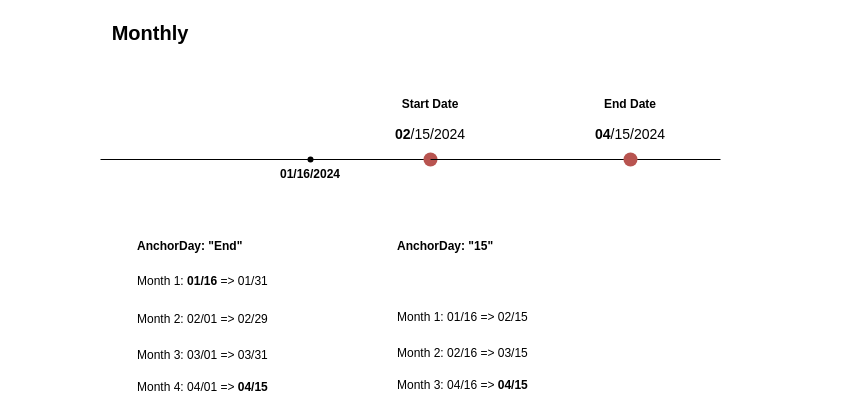
tommyspot/huynhquocthao keeps this draw.io diagram as Untitled Diagram.drawio. Above is the earlier version. Source tidied: cells renumbered, new cells numbered last; positions are measured from the earlier drawing's top-left corner, leaving out a move shared by most shapes. Both pictures are drawn from the tidied source at 100%, with x=0, y=0 at pixel (100, 17).
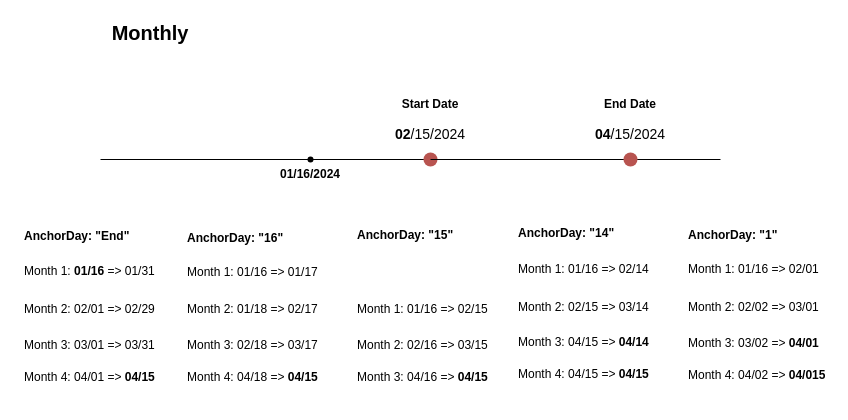
The same page after the edit.

Commit message:
Update Untitled Diagram 123.drawio

The edit, as a diff of the source:
```diff
@@
     <mxCell id="12" style="shape=table;startSize=0;childLayout=tableLayout;fontSize=11;fillColor=none;strokeColor=none;" parent="1" vertex="1">
-      <mxGeometry x="30" y="212" width="250" height="174" as="geometry" />
+      <mxGeometry x="-83" y="202" width="160" height="174" as="geometry" />
     </mxCell>
     <mxCell id="13" style="shape=tableRow;horizontal=0;startSize=0;swimlaneHead=0;swimlaneBody=0;strokeColor=inherit;top=0;left=0;bottom=0;right=0;fillColor=none;fontSize=16;" parent="12" vertex="1">
-      <mxGeometry width="250" height="33" as="geometry" />
+      <mxGeometry width="160" height="33" as="geometry" />
     </mxCell>
     <mxCell id="14" value="&lt;b&gt;AnchorDay: &quot;End&quot;&lt;/b&gt;" style="shape=partialRectangle;html=1;whiteSpace=wrap;strokeColor=inherit;overflow=hidden;fillColor=none;top=0;left=0;bottom=0;right=0;fontSize=12;align=left;spacingLeft=5;" parent="13" vertex="1">
-      <mxGeometry width="250" height="33" as="geometry" />
+      <mxGeometry width="160" height="33" as="geometry" />
     </mxCell>
     <mxCell id="15" style="shape=tableRow;horizontal=0;startSize=0;swimlaneHead=0;swimlaneBody=0;strokeColor=inherit;top=0;left=0;bottom=0;right=0;fillColor=none;fontSize=16;" parent="12" vertex="1">
-      <mxGeometry y="33" width="250" height="37" as="geometry" />
+      <mxGeometry y="33" width="160" height="37" as="geometry" />
     </mxCell>
     <mxCell id="16" value="Month 1:&lt;b&gt; 01/16&lt;/b&gt; =&amp;gt; 01/31" style="shape=partialRectangle;html=1;whiteSpace=wrap;strokeColor=inherit;overflow=hidden;fillColor=none;top=0;left=0;bottom=0;right=0;fontSize=12;align=left;spacingLeft=5;" parent="15" vertex="1">
-      <mxGeometry width="250" height="37" as="geometry" />
+      <mxGeometry width="160" height="37" as="geometry" />
     </mxCell>
     <mxCell id="17" style="shape=tableRow;horizontal=0;startSize=0;swimlaneHead=0;swimlaneBody=0;strokeColor=inherit;top=0;left=0;bottom=0;right=0;fillColor=none;fontSize=16;" parent="12" vertex="1">
-      <mxGeometry y="70" width="250" height="40" as="geometry" />
+      <mxGeometry y="70" width="160" height="40" as="geometry" />
     </mxCell>
     <mxCell id="18" value="Month 2: 02/01 =&amp;gt; 02/29" style="shape=partialRectangle;html=1;whiteSpace=wrap;strokeColor=inherit;overflow=hidden;fillColor=none;top=0;left=0;bottom=0;right=0;fontSize=12;align=left;spacingLeft=5;" parent="17" vertex="1">
-      <mxGeometry width="250" height="40" as="geometry" />
+      <mxGeometry width="160" height="40" as="geometry" />
     </mxCell>
     <mxCell id="19" style="shape=tableRow;horizontal=0;startSize=0;swimlaneHead=0;swimlaneBody=0;strokeColor=inherit;top=0;left=0;bottom=0;right=0;fillColor=none;fontSize=16;" parent="12" vertex="1">
-      <mxGeometry y="110" width="250" height="32" as="geometry" />
+      <mxGeometry y="110" width="160" height="32" as="geometry" />
     </mxCell>
     <mxCell id="20" value="Month 3: 03/01 =&amp;gt; 03/31" style="shape=partialRectangle;html=1;whiteSpace=wrap;strokeColor=inherit;overflow=hidden;fillColor=none;top=0;left=0;bottom=0;right=0;fontSize=12;align=left;spacingLeft=5;" parent="19" vertex="1">
-      <mxGeometry width="250" height="32" as="geometry" />
+      <mxGeometry width="160" height="32" as="geometry" />
     </mxCell>
     <mxCell id="21" style="shape=tableRow;horizontal=0;startSize=0;swimlaneHead=0;swimlaneBody=0;strokeColor=inherit;top=0;left=0;bottom=0;right=0;fillColor=none;fontSize=16;" parent="12" vertex="1">
-      <mxGeometry y="142" width="250" height="32" as="geometry" />
+      <mxGeometry y="142" width="160" height="32" as="geometry" />
     </mxCell>
     <mxCell id="22" value="Month 4: 04/01 =&amp;gt;&lt;b&gt; 04/15&lt;/b&gt;" style="shape=partialRectangle;html=1;whiteSpace=wrap;strokeColor=inherit;overflow=hidden;fillColor=none;top=0;left=0;bottom=0;right=0;fontSize=12;align=left;spacingLeft=5;" parent="21" vertex="1">
-      <mxGeometry width="250" height="32" as="geometry" />
+      <mxGeometry width="160" height="32" as="geometry" />
     </mxCell>
     <mxCell id="23" style="shape=table;startSize=0;childLayout=tableLayout;fontSize=11;fillColor=none;strokeColor=none;" parent="1" vertex="1">
-      <mxGeometry x="290" y="212" width="250" height="172" as="geometry" />
+      <mxGeometry x="80" y="204" width="161" height="172" as="geometry" />
     </mxCell>
     <mxCell id="24" style="shape=tableRow;horizontal=0;startSize=0;swimlaneHead=0;swimlaneBody=0;strokeColor=inherit;top=0;left=0;bottom=0;right=0;fillColor=none;fontSize=16;" parent="23" vertex="1">
-      <mxGeometry width="250" height="33" as="geometry" />
+      <mxGeometry width="161" height="33" as="geometry" />
     </mxCell>
-    <mxCell id="25" value="&lt;b&gt;AnchorDay: &quot;15&quot;&lt;/b&gt;" style="shape=partialRectangle;html=1;whiteSpace=wrap;strokeColor=inherit;overflow=hidden;fillColor=none;top=0;left=0;bottom=0;right=0;fontSize=12;align=left;spacingLeft=5;" parent="24" vertex="1">
-      <mxGeometry width="250" height="33" as="geometry" />
+    <mxCell id="25" value="&lt;b&gt;AnchorDay: &quot;16&quot;&lt;/b&gt;" style="shape=partialRectangle;html=1;whiteSpace=wrap;strokeColor=inherit;overflow=hidden;fillColor=none;top=0;left=0;bottom=0;right=0;fontSize=12;align=left;spacingLeft=5;" parent="24" vertex="1">
+      <mxGeometry width="161" height="33" as="geometry" />
     </mxCell>
     <mxCell id="26" style="shape=tableRow;horizontal=0;startSize=0;swimlaneHead=0;swimlaneBody=0;strokeColor=inherit;top=0;left=0;bottom=0;right=0;fillColor=none;fontSize=16;" parent="23" vertex="1">
-      <mxGeometry y="33" width="250" height="35" as="geometry" />
+      <mxGeometry y="33" width="161" height="35" as="geometry" />
     </mxCell>
-    <mxCell id="27" style="shape=partialRectangle;html=1;whiteSpace=wrap;strokeColor=inherit;overflow=hidden;fillColor=none;top=0;left=0;bottom=0;right=0;fontSize=12;align=left;spacingLeft=5;" parent="26" vertex="1">
-      <mxGeometry width="250" height="35" as="geometry" />
+    <mxCell id="27" value="Month 1: 01/16 =&amp;gt; 01/17" style="shape=partialRectangle;html=1;whiteSpace=wrap;strokeColor=inherit;overflow=hidden;fillColor=none;top=0;left=0;bottom=0;right=0;fontSize=12;align=left;spacingLeft=5;" parent="26" vertex="1">
+      <mxGeometry width="161" height="35" as="geometry" />
     </mxCell>
     <mxCell id="28" style="shape=tableRow;horizontal=0;startSize=0;swimlaneHead=0;swimlaneBody=0;strokeColor=inherit;top=0;left=0;bottom=0;right=0;fillColor=none;fontSize=16;" parent="23" vertex="1">
-      <mxGeometry y="68" width="250" height="40" as="geometry" />
+      <mxGeometry y="68" width="161" height="40" as="geometry" />
     </mxCell>
-    <mxCell id="29" value="Month 1: 01/16 =&amp;gt; 02/15" style="shape=partialRectangle;html=1;whiteSpace=wrap;strokeColor=inherit;overflow=hidden;fillColor=none;top=0;left=0;bottom=0;right=0;fontSize=12;align=left;spacingLeft=5;" parent="28" vertex="1">
-      <mxGeometry width="250" height="40" as="geometry" />
+    <mxCell id="29" value="Month 2: 01/18 =&amp;gt; 02/17" style="shape=partialRectangle;html=1;whiteSpace=wrap;strokeColor=inherit;overflow=hidden;fillColor=none;top=0;left=0;bottom=0;right=0;fontSize=12;align=left;spacingLeft=5;" parent="28" vertex="1">
+      <mxGeometry width="161" height="40" as="geometry" />
     </mxCell>
     <mxCell id="30" style="shape=tableRow;horizontal=0;startSize=0;swimlaneHead=0;swimlaneBody=0;strokeColor=inherit;top=0;left=0;bottom=0;right=0;fillColor=none;fontSize=16;" parent="23" vertex="1">
-      <mxGeometry y="108" width="250" height="32" as="geometry" />
+      <mxGeometry y="108" width="161" height="32" as="geometry" />
     </mxCell>
-    <mxCell id="31" value="Month 2: 02/16 =&amp;gt; 03/15" style="shape=partialRectangle;html=1;whiteSpace=wrap;strokeColor=inherit;overflow=hidden;fillColor=none;top=0;left=0;bottom=0;right=0;fontSize=12;align=left;spacingLeft=5;" parent="30" vertex="1">
-      <mxGeometry width="250" height="32" as="geometry" />
+    <mxCell id="31" value="Month 3: 02/18 =&amp;gt; 03/17" style="shape=partialRectangle;html=1;whiteSpace=wrap;strokeColor=inherit;overflow=hidden;fillColor=none;top=0;left=0;bottom=0;right=0;fontSize=12;align=left;spacingLeft=5;" parent="30" vertex="1">
+      <mxGeometry width="161" height="32" as="geometry" />
     </mxCell>
     <mxCell id="32" style="shape=tableRow;horizontal=0;startSize=0;swimlaneHead=0;swimlaneBody=0;strokeColor=inherit;top=0;left=0;bottom=0;right=0;fillColor=none;fontSize=16;" parent="23" vertex="1">
-      <mxGeometry y="140" width="250" height="32" as="geometry" />
+      <mxGeometry y="140" width="161" height="32" as="geometry" />
     </mxCell>
-    <mxCell id="33" value="Month 3: 04/16 =&amp;gt;&lt;b&gt; 04/15&lt;/b&gt;" style="shape=partialRectangle;html=1;whiteSpace=wrap;strokeColor=inherit;overflow=hidden;fillColor=none;top=0;left=0;bottom=0;right=0;fontSize=12;align=left;spacingLeft=5;" parent="32" vertex="1">
-      <mxGeometry width="250" height="32" as="geometry" />
+    <mxCell id="33" value="Month 4: 04/18 =&amp;gt;&lt;b&gt; 04/15&lt;/b&gt;" style="shape=partialRectangle;html=1;whiteSpace=wrap;strokeColor=inherit;overflow=hidden;fillColor=none;top=0;left=0;bottom=0;right=0;fontSize=12;align=left;spacingLeft=5;" parent="32" vertex="1">
+      <mxGeometry width="161" height="32" as="geometry" />
     </mxCell>
@@
+    <mxCell id="37" style="shape=table;startSize=0;childLayout=tableLayout;fontSize=11;fillColor=none;strokeColor=none;" parent="1" vertex="1">
+      <mxGeometry x="581" y="201.5" width="150" height="172" as="geometry" />
+    </mxCell>
+    <mxCell id="38" style="shape=tableRow;horizontal=0;startSize=0;swimlaneHead=0;swimlaneBody=0;strokeColor=inherit;top=0;left=0;bottom=0;right=0;fillColor=none;fontSize=16;" parent="37" vertex="1">
+      <mxGeometry width="150" height="33" as="geometry" />
+    </mxCell>
+    <mxCell id="39" value="&lt;b&gt;AnchorDay: &quot;1&quot;&lt;/b&gt;" style="shape=partialRectangle;html=1;whiteSpace=wrap;strokeColor=inherit;overflow=hidden;fillColor=none;top=0;left=0;bottom=0;right=0;fontSize=12;align=left;spacingLeft=5;" parent="38" vertex="1">
+      <mxGeometry width="150" height="33" as="geometry" />
+    </mxCell>
+    <mxCell id="40" style="shape=tableRow;horizontal=0;startSize=0;swimlaneHead=0;swimlaneBody=0;strokeColor=inherit;top=0;left=0;bottom=0;right=0;fillColor=none;fontSize=16;" parent="37" vertex="1">
+      <mxGeometry y="33" width="150" height="35" as="geometry" />
+    </mxCell>
+    <mxCell id="41" value="Month 1: 01/16 =&amp;gt; 02/01" style="shape=partialRectangle;html=1;whiteSpace=wrap;strokeColor=inherit;overflow=hidden;fillColor=none;top=0;left=0;bottom=0;right=0;fontSize=12;align=left;spacingLeft=5;" parent="40" vertex="1">
+      <mxGeometry width="150" height="35" as="geometry" />
+    </mxCell>
+    <mxCell id="42" style="shape=tableRow;horizontal=0;startSize=0;swimlaneHead=0;swimlaneBody=0;strokeColor=inherit;top=0;left=0;bottom=0;right=0;fillColor=none;fontSize=16;" parent="37" vertex="1">
+      <mxGeometry y="68" width="150" height="40" as="geometry" />
+    </mxCell>
+    <mxCell id="43" value="Month 2: 02/02 =&amp;gt; 03/01" style="shape=partialRectangle;html=1;whiteSpace=wrap;strokeColor=inherit;overflow=hidden;fillColor=none;top=0;left=0;bottom=0;right=0;fontSize=12;align=left;spacingLeft=5;" parent="42" vertex="1">
+      <mxGeometry width="150" height="40" as="geometry" />
+    </mxCell>
+    <mxCell id="44" style="shape=tableRow;horizontal=0;startSize=0;swimlaneHead=0;swimlaneBody=0;strokeColor=inherit;top=0;left=0;bottom=0;right=0;fillColor=none;fontSize=16;" parent="37" vertex="1">
+      <mxGeometry y="108" width="150" height="32" as="geometry" />
+    </mxCell>
+    <mxCell id="45" value="Month 3: 03/02 =&amp;gt;&lt;b&gt;&amp;nbsp;04/01&lt;/b&gt;" style="shape=partialRectangle;html=1;whiteSpace=wrap;strokeColor=inherit;overflow=hidden;fillColor=none;top=0;left=0;bottom=0;right=0;fontSize=12;align=left;spacingLeft=5;" parent="44" vertex="1">
+      <mxGeometry width="150" height="32" as="geometry" />
+    </mxCell>
+    <mxCell id="46" style="shape=tableRow;horizontal=0;startSize=0;swimlaneHead=0;swimlaneBody=0;strokeColor=inherit;top=0;left=0;bottom=0;right=0;fillColor=none;fontSize=16;" parent="37" vertex="1">
+      <mxGeometry y="140" width="150" height="32" as="geometry" />
+    </mxCell>
+    <mxCell id="47" value="Month 4: 04/02 =&amp;gt;&lt;b&gt; 04/015&lt;/b&gt;" style="shape=partialRectangle;html=1;whiteSpace=wrap;strokeColor=inherit;overflow=hidden;fillColor=none;top=0;left=0;bottom=0;right=0;fontSize=12;align=left;spacingLeft=5;" parent="46" vertex="1">
+      <mxGeometry width="150" height="32" as="geometry" />
+    </mxCell>
+    <mxCell id="48" style="shape=table;startSize=0;childLayout=tableLayout;fontSize=11;fillColor=none;strokeColor=none;" parent="1" vertex="1">
+      <mxGeometry x="250" y="199" width="149" height="177" as="geometry" />
+    </mxCell>
+    <mxCell id="49" style="shape=tableRow;horizontal=0;startSize=0;swimlaneHead=0;swimlaneBody=0;strokeColor=inherit;top=0;left=0;bottom=0;right=0;fillColor=none;fontSize=16;" parent="48" vertex="1">
+      <mxGeometry width="149" height="38" as="geometry" />
+    </mxCell>
+    <mxCell id="50" value="&lt;b&gt;AnchorDay: &quot;15&quot;&lt;/b&gt;" style="shape=partialRectangle;html=1;whiteSpace=wrap;strokeColor=inherit;overflow=hidden;fillColor=none;top=0;left=0;bottom=0;right=0;fontSize=12;align=left;spacingLeft=5;" parent="49" vertex="1">
+      <mxGeometry width="149" height="38" as="geometry" />
+    </mxCell>
+    <mxCell id="51" style="shape=tableRow;horizontal=0;startSize=0;swimlaneHead=0;swimlaneBody=0;strokeColor=inherit;top=0;left=0;bottom=0;right=0;fillColor=none;fontSize=16;" parent="48" vertex="1">
+      <mxGeometry y="38" width="149" height="35" as="geometry" />
+    </mxCell>
+    <mxCell id="52" style="shape=partialRectangle;html=1;whiteSpace=wrap;strokeColor=inherit;overflow=hidden;fillColor=none;top=0;left=0;bottom=0;right=0;fontSize=12;align=left;spacingLeft=5;" parent="51" vertex="1">
+      <mxGeometry width="149" height="35" as="geometry" />
+    </mxCell>
+    <mxCell id="53" style="shape=tableRow;horizontal=0;startSize=0;swimlaneHead=0;swimlaneBody=0;strokeColor=inherit;top=0;left=0;bottom=0;right=0;fillColor=none;fontSize=16;" parent="48" vertex="1">
+      <mxGeometry y="73" width="149" height="40" as="geometry" />
+    </mxCell>
+    <mxCell id="54" value="Month 1: 01/16 =&amp;gt; 02/15" style="shape=partialRectangle;html=1;whiteSpace=wrap;strokeColor=inherit;overflow=hidden;fillColor=none;top=0;left=0;bottom=0;right=0;fontSize=12;align=left;spacingLeft=5;" parent="53" vertex="1">
+      <mxGeometry width="149" height="40" as="geometry" />
+    </mxCell>
+    <mxCell id="55" style="shape=tableRow;horizontal=0;startSize=0;swimlaneHead=0;swimlaneBody=0;strokeColor=inherit;top=0;left=0;bottom=0;right=0;fillColor=none;fontSize=16;" parent="48" vertex="1">
+      <mxGeometry y="113" width="149" height="32" as="geometry" />
+    </mxCell>
+    <mxCell id="56" value="Month 2: 02/16 =&amp;gt; 03/15" style="shape=partialRectangle;html=1;whiteSpace=wrap;strokeColor=inherit;overflow=hidden;fillColor=none;top=0;left=0;bottom=0;right=0;fontSize=12;align=left;spacingLeft=5;" parent="55" vertex="1">
+      <mxGeometry width="149" height="32" as="geometry" />
+    </mxCell>
+    <mxCell id="57" style="shape=tableRow;horizontal=0;startSize=0;swimlaneHead=0;swimlaneBody=0;strokeColor=inherit;top=0;left=0;bottom=0;right=0;fillColor=none;fontSize=16;" parent="48" vertex="1">
+      <mxGeometry y="145" width="149" height="32" as="geometry" />
+    </mxCell>
+    <mxCell id="58" value="Month 3: 04/16 =&amp;gt;&lt;b&gt; 04/15&lt;/b&gt;" style="shape=partialRectangle;html=1;whiteSpace=wrap;strokeColor=inherit;overflow=hidden;fillColor=none;top=0;left=0;bottom=0;right=0;fontSize=12;align=left;spacingLeft=5;" parent="57" vertex="1">
+      <mxGeometry width="149" height="32" as="geometry" />
+    </mxCell>
+    <mxCell id="59" style="shape=table;startSize=0;childLayout=tableLayout;fontSize=11;fillColor=none;strokeColor=none;" parent="1" vertex="1">
+      <mxGeometry x="411" y="196.5" width="149" height="175.5" as="geometry" />
+    </mxCell>
+    <mxCell id="60" style="shape=tableRow;horizontal=0;startSize=0;swimlaneHead=0;swimlaneBody=0;strokeColor=inherit;top=0;left=0;bottom=0;right=0;fillColor=none;fontSize=16;" parent="59" vertex="1">
+      <mxGeometry width="149" height="38" as="geometry" />
+    </mxCell>
+    <mxCell id="61" value="&lt;b&gt;AnchorDay: &quot;14&quot;&lt;/b&gt;" style="shape=partialRectangle;html=1;whiteSpace=wrap;strokeColor=inherit;overflow=hidden;fillColor=none;top=0;left=0;bottom=0;right=0;fontSize=12;align=left;spacingLeft=5;" parent="60" vertex="1">
+      <mxGeometry width="149" height="38" as="geometry" />
+    </mxCell>
+    <mxCell id="62" style="shape=tableRow;horizontal=0;startSize=0;swimlaneHead=0;swimlaneBody=0;strokeColor=inherit;top=0;left=0;bottom=0;right=0;fillColor=none;fontSize=16;" parent="59" vertex="1">
+      <mxGeometry y="38" width="149" height="35" as="geometry" />
+    </mxCell>
+    <mxCell id="63" value="Month 1: 01/16 =&amp;gt; 02/14" style="shape=partialRectangle;html=1;whiteSpace=wrap;strokeColor=inherit;overflow=hidden;fillColor=none;top=0;left=0;bottom=0;right=0;fontSize=12;align=left;spacingLeft=5;" parent="62" vertex="1">
+      <mxGeometry width="149" height="35" as="geometry" />
+    </mxCell>
+    <mxCell id="64" style="shape=tableRow;horizontal=0;startSize=0;swimlaneHead=0;swimlaneBody=0;strokeColor=inherit;top=0;left=0;bottom=0;right=0;fillColor=none;fontSize=16;" parent="59" vertex="1">
+      <mxGeometry y="73" width="149" height="40" as="geometry" />
+    </mxCell>
+    <mxCell id="65" value="Month 2: 02/15 =&amp;gt; 03/14" style="shape=partialRectangle;html=1;whiteSpace=wrap;strokeColor=inherit;overflow=hidden;fillColor=none;top=0;left=0;bottom=0;right=0;fontSize=12;align=left;spacingLeft=5;" parent="64" vertex="1">
+      <mxGeometry width="149" height="40" as="geometry" />
+    </mxCell>
+    <mxCell id="66" style="shape=tableRow;horizontal=0;startSize=0;swimlaneHead=0;swimlaneBody=0;strokeColor=inherit;top=0;left=0;bottom=0;right=0;fillColor=none;fontSize=16;" parent="59" vertex="1">
+      <mxGeometry y="113" width="149" height="31" as="geometry" />
+    </mxCell>
+    <mxCell id="67" value="Month 3: 04/15 =&amp;gt;&lt;b&gt;&amp;nbsp;04/14&lt;/b&gt;" style="shape=partialRectangle;html=1;whiteSpace=wrap;strokeColor=inherit;overflow=hidden;fillColor=none;top=0;left=0;bottom=0;right=0;fontSize=12;align=left;spacingLeft=5;" parent="66" vertex="1">
+      <mxGeometry width="149" height="31" as="geometry" />
+    </mxCell>
+    <mxCell id="68" style="shape=tableRow;horizontal=0;startSize=0;swimlaneHead=0;swimlaneBody=0;strokeColor=inherit;top=0;left=0;bottom=0;right=0;fillColor=none;fontSize=16;" parent="59" vertex="1">
+      <mxGeometry y="144" width="149" height="32" as="geometry" />
+    </mxCell>
+    <mxCell id="69" value="Month 4: 04/15 =&amp;gt;&lt;b&gt; 04/15&lt;/b&gt;" style="shape=partialRectangle;html=1;whiteSpace=wrap;strokeColor=inherit;overflow=hidden;fillColor=none;top=0;left=0;bottom=0;right=0;fontSize=12;align=left;spacingLeft=5;" parent="68" vertex="1">
+      <mxGeometry width="149" height="32" as="geometry" />
+    </mxCell>
```
